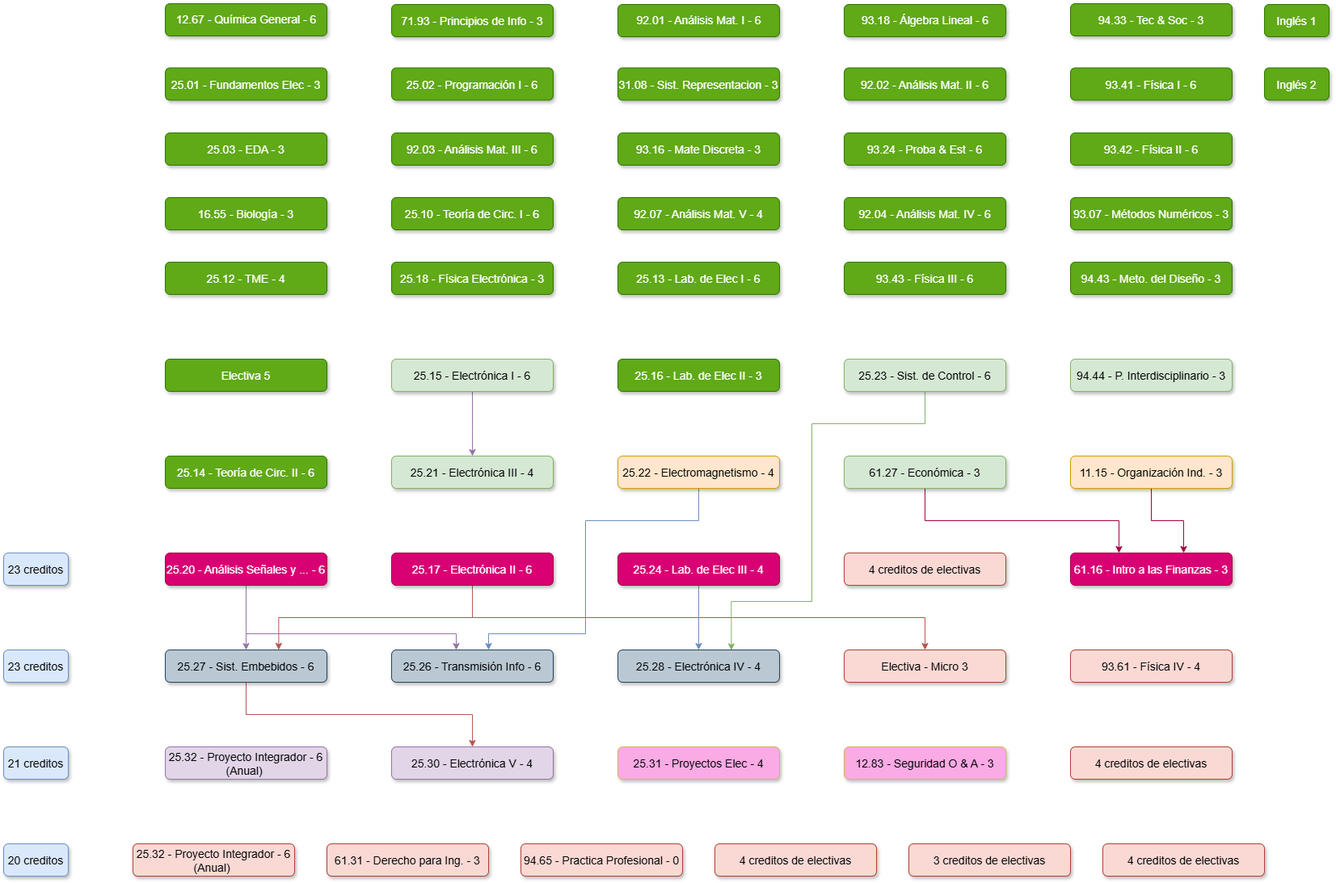
This is K22.drawio.png from juanipla/K22, a draw.io export, as it was before one commit. Source tidied: cells renumbered, new cells last; positions are measured from the earlier drawing's top-left corner, leaving out a move shared by most shapes.
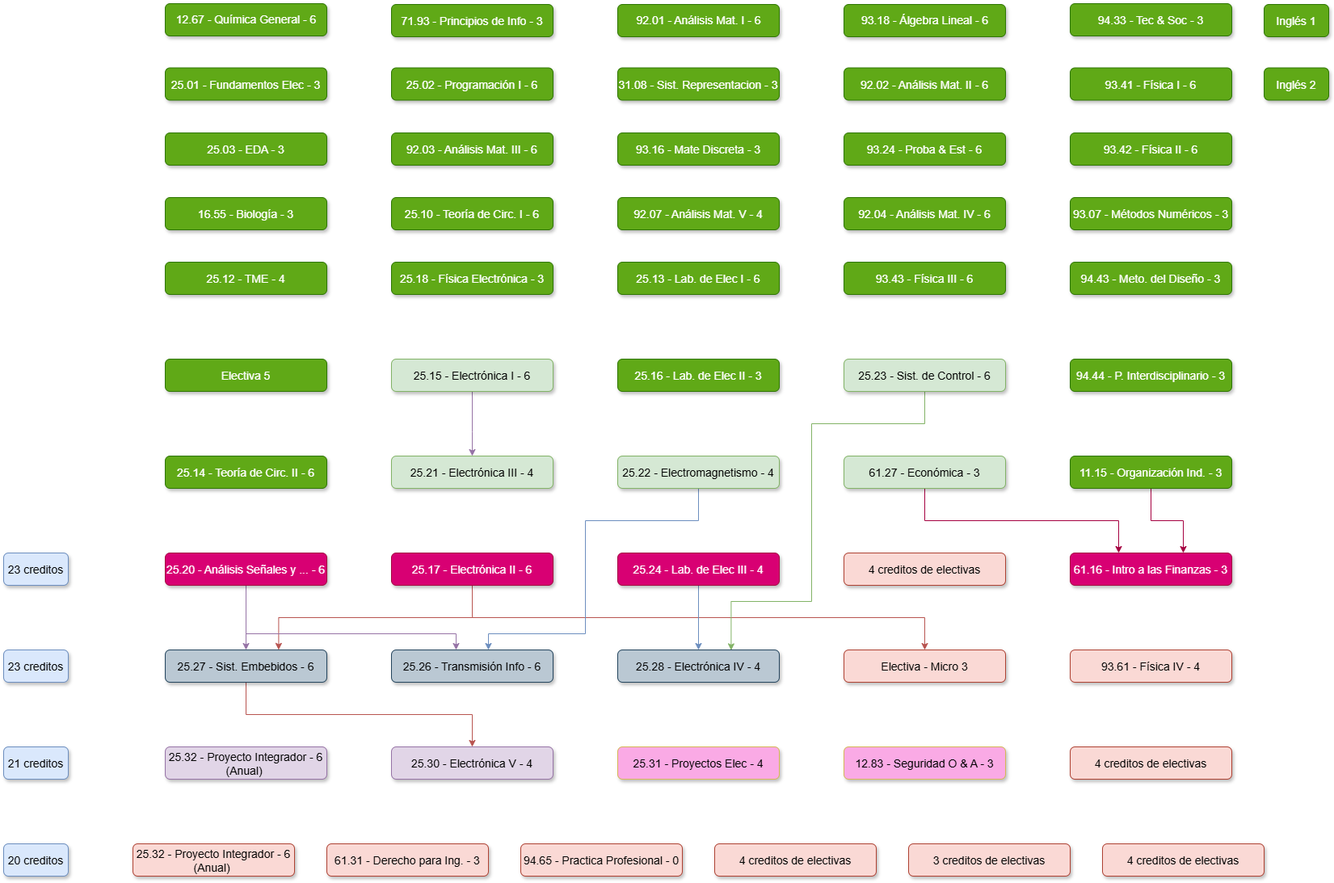
Above is the later version.

Diff of the diagram source:
```diff
@@ -74,7 +74,7 @@
     <mxCell id="20" value="25.17 - Electrónica II - 6" style="rounded=1;fillColor=#d80073;strokeColor=#A50040;shadow=1;fontStyle=0;fontSize=14;labelBorderColor=none;labelBackgroundColor=none;verticalAlign=middle;fontColor=#ffffff;" parent="1" vertex="1">
       <mxGeometry x="480" y="680" width="200" height="40" as="geometry" />
     </mxCell>
-    <mxCell id="21" value="94.44 - P. Interdisciplinario - 3" style="rounded=1;fillColor=#d5e8d4;strokeColor=#82b366;shadow=1;fontStyle=0;fontSize=14;labelBorderColor=none;labelBackgroundColor=none;verticalAlign=middle;" parent="1" vertex="1">
+    <mxCell id="21" value="94.44 - P. Interdisciplinario - 3" style="rounded=1;fillColor=#60a917;strokeColor=#2D7600;shadow=1;fontStyle=0;fontSize=14;labelBorderColor=none;labelBackgroundColor=none;verticalAlign=middle;fontColor=#ffffff;" parent="1" vertex="1">
       <mxGeometry x="1320" y="440" width="200" height="40" as="geometry" />
     </mxCell>
     <mxCell id="22" value="92.04 - Análisis Mat. IV - 6" style="rounded=1;fillColor=#60a917;strokeColor=#2D7600;shadow=1;fontStyle=0;fontSize=14;labelBorderColor=none;labelBackgroundColor=none;verticalAlign=middle;fontColor=#ffffff;" parent="1" vertex="1">
@@ -114,7 +114,7 @@
         </Array>
       </mxGeometry>
     </mxCell>
-    <mxCell id="30" value="25.22 - Electromagnetismo - 4" style="rounded=1;fillColor=#ffe6cc;strokeColor=#d79b00;shadow=1;fontStyle=0;fontSize=14;labelBorderColor=none;labelBackgroundColor=none;verticalAlign=middle;" parent="1" vertex="1">
+    <mxCell id="30" value="25.22 - Electromagnetismo - 4" style="rounded=1;fillColor=#d5e8d4;strokeColor=#82b366;shadow=1;fontStyle=0;fontSize=14;labelBorderColor=none;labelBackgroundColor=none;verticalAlign=middle;" parent="1" vertex="1">
       <mxGeometry x="760" y="560" width="200" height="40" as="geometry" />
     </mxCell>
     <mxCell id="31" style="edgeStyle=orthogonalEdgeStyle;rounded=0;jumpStyle=none;jettySize=auto;html=1;fillColor=#d5e8d4;strokeColor=#82b366;entryX=0.702;entryY=0.01;entryDx=0;entryDy=0;entryPerimeter=0;" parent="1" edge="1" source="32" target="38">
@@ -178,7 +178,7 @@
         </Array>
       </mxGeometry>
     </mxCell>
-    <mxCell id="42" value="11.15 - Organización Ind. - 3" style="rounded=1;fillColor=#ffe6cc;strokeColor=#d79b00;shadow=1;fontStyle=0;fontSize=14;labelBorderColor=none;labelBackgroundColor=none;verticalAlign=middle;" parent="1" vertex="1">
+    <mxCell id="42" value="11.15 - Organización Ind. - 3" style="rounded=1;fillColor=#60a917;strokeColor=#2D7600;shadow=1;fontStyle=0;fontSize=14;labelBorderColor=none;labelBackgroundColor=none;verticalAlign=middle;fontColor=#ffffff;" parent="1" vertex="1">
       <mxGeometry x="1320" y="560" width="200" height="40" as="geometry" />
     </mxCell>
     <mxCell id="43" value="25.32 - Proyecto Integrador - 6&#10;(Anual) " style="rounded=1;fillColor=#e1d5e7;strokeColor=#9673a6;shadow=1;fontStyle=0;fontSize=14;labelBorderColor=none;labelBackgroundColor=none;" parent="1" vertex="1">
```
